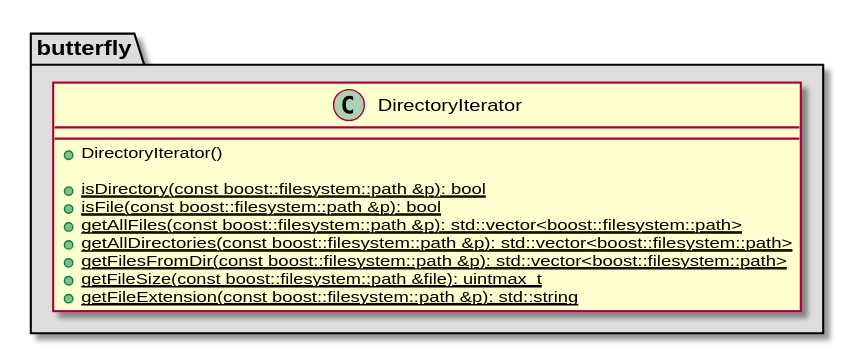
bierschi/butterfly keeps this PlantUML diagram as architecture/class_diagrams/directoryIterator.svg. Above is the earlier version.
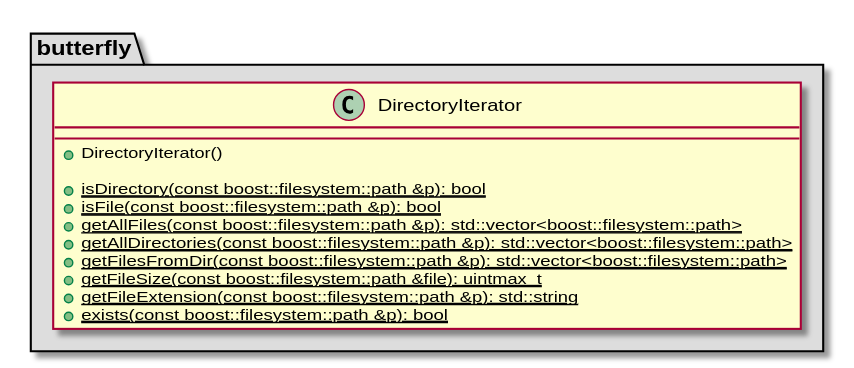
Later version of the same file.

The edit, as a diff of the source:
```diff
@@ -15,6 +15,7 @@
     + {static} getFilesFromDir(const boost::filesystem::path &p): std::vector<boost::filesystem::path>
     + {static} getFileSize(const boost::filesystem::path &file): uintmax_t
     + {static} getFileExtension(const boost::filesystem::path &p): std::string
+    + {static} exists(const boost::filesystem::path &p): bool
 }
 
 }
```
